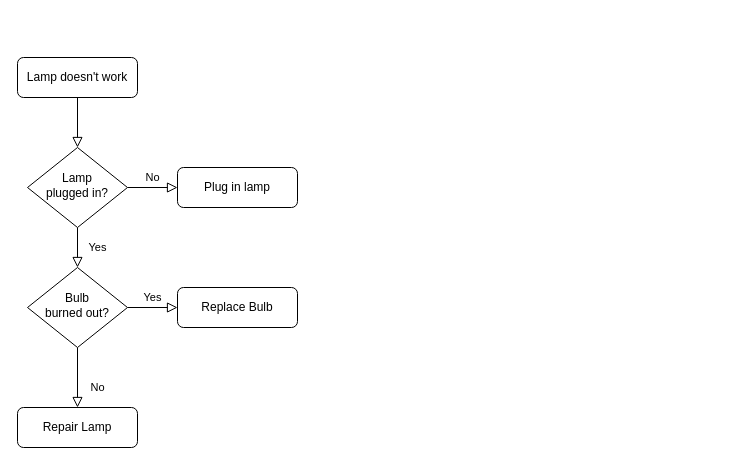
StewieTech/Practice-CV---Nothing-Here keeps this draw.io diagram as Untitled Diagram.drawio. Above is the earlier version. Source tidied: cells renumbered, new cells numbered last; positions are measured from the earlier drawing's top-left corner, leaving out a move shared by most shapes. Both pictures are drawn from the tidied source at 100%, with x=0, y=0 at pixel (17, 57).
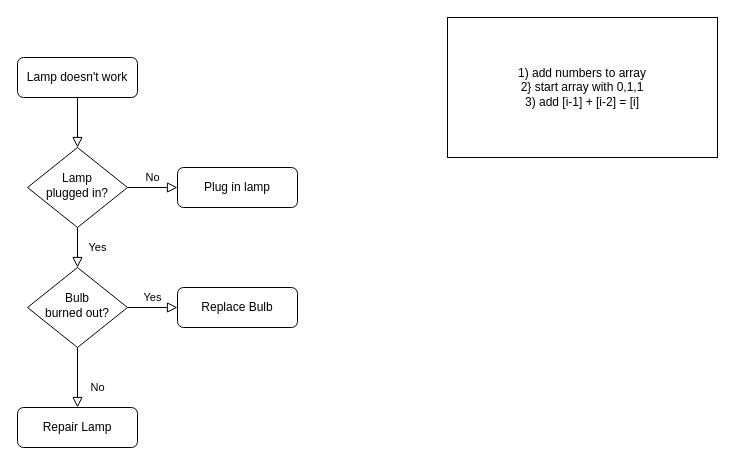
After the change.

Change to the diagram source:
```diff
@@
 <mxGraphModel>
   <root>
     <mxCell id="0" />
     <mxCell id="1" parent="0" />
     <mxCell id="2" style="rounded=0;html=1;jettySize=auto;fontSize=11;endArrow=block;endFill=0;endSize=8;strokeWidth=1;shadow=0;labelBackgroundColor=none;edgeStyle=orthogonalEdgeStyle;" parent="1" edge="1" source="3" target="6">
       <mxGeometry relative="1" as="geometry" />
     </mxCell>
     <mxCell id="3" value="Lamp doesn't work" style="rounded=1;whiteSpace=wrap;html=1;fontSize=12;glass=0;strokeWidth=1;shadow=0;" parent="1" vertex="1">
       <mxGeometry width="120" height="40" as="geometry" />
     </mxCell>
     <mxCell id="4" value="Yes" style="rounded=0;html=1;jettySize=auto;fontSize=11;endArrow=block;endFill=0;endSize=8;strokeWidth=1;shadow=0;labelBackgroundColor=none;edgeStyle=orthogonalEdgeStyle;" parent="1" edge="1" source="6" target="10">
       <mxGeometry y="20" relative="1" as="geometry" />
     </mxCell>
     <mxCell id="5" value="No" style="edgeStyle=orthogonalEdgeStyle;rounded=0;html=1;jettySize=auto;fontSize=11;endArrow=block;endFill=0;endSize=8;strokeWidth=1;shadow=0;labelBackgroundColor=none;" parent="1" edge="1" source="6" target="7">
       <mxGeometry y="10" relative="1" as="geometry" />
     </mxCell>
     <mxCell id="6" value="Lamp&lt;br&gt;plugged in?" style="rhombus;whiteSpace=wrap;html=1;shadow=0;fontFamily=Helvetica;fontSize=12;align=center;strokeWidth=1;spacing=6;spacingTop=-4;" parent="1" vertex="1">
       <mxGeometry x="10" y="90" width="100" height="80" as="geometry" />
     </mxCell>
     <mxCell id="7" value="Plug in lamp" style="rounded=1;whiteSpace=wrap;html=1;fontSize=12;glass=0;strokeWidth=1;shadow=0;" parent="1" vertex="1">
       <mxGeometry x="160" y="110" width="120" height="40" as="geometry" />
     </mxCell>
     <mxCell id="8" value="No" style="rounded=0;html=1;jettySize=auto;fontSize=11;endArrow=block;endFill=0;endSize=8;strokeWidth=1;shadow=0;labelBackgroundColor=none;edgeStyle=orthogonalEdgeStyle;" parent="1" edge="1" source="10" target="11">
       <mxGeometry x="0.33" y="20" relative="1" as="geometry" />
     </mxCell>
     <mxCell id="9" value="Yes" style="edgeStyle=orthogonalEdgeStyle;rounded=0;html=1;jettySize=auto;fontSize=11;endArrow=block;endFill=0;endSize=8;strokeWidth=1;shadow=0;labelBackgroundColor=none;" parent="1" edge="1" source="10" target="12">
       <mxGeometry y="10" relative="1" as="geometry" />
     </mxCell>
     <mxCell id="10" value="Bulb&lt;br&gt;burned out?" style="rhombus;whiteSpace=wrap;html=1;shadow=0;fontFamily=Helvetica;fontSize=12;align=center;strokeWidth=1;spacing=6;spacingTop=-4;" parent="1" vertex="1">
       <mxGeometry x="10" y="210" width="100" height="80" as="geometry" />
     </mxCell>
     <mxCell id="11" value="Repair Lamp" style="rounded=1;whiteSpace=wrap;html=1;fontSize=12;glass=0;strokeWidth=1;shadow=0;" parent="1" vertex="1">
       <mxGeometry y="350" width="120" height="40" as="geometry" />
     </mxCell>
     <mxCell id="12" value="Replace Bulb" style="rounded=1;whiteSpace=wrap;html=1;fontSize=12;glass=0;strokeWidth=1;shadow=0;" parent="1" vertex="1">
       <mxGeometry x="160" y="230" width="120" height="40" as="geometry" />
     </mxCell>
+    <mxCell id="13" value="1) add numbers to array&lt;br&gt;2} start array with 0,1,1&lt;br&gt;3) add [i-1] + [i-2] = [i]" style="whiteSpace=wrap;html=1;" parent="1" vertex="1">
+      <mxGeometry x="430" y="-40" width="270" height="140" as="geometry" />
+    </mxCell>
   </root>
 </mxGraphModel>
```
